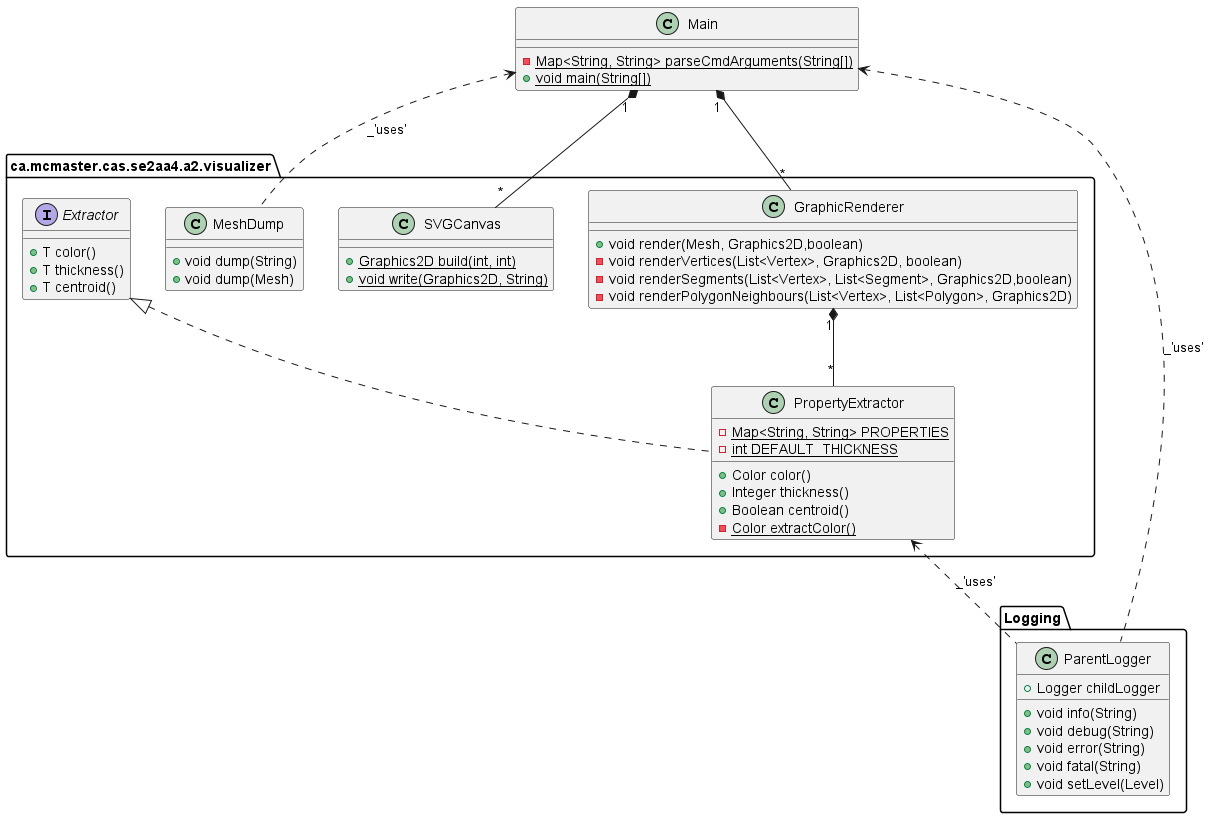
This is visualizer/VisualizerUML.png from Ahren-Chen/MeshGenerator, a PlantUML export, as it was before one commit.
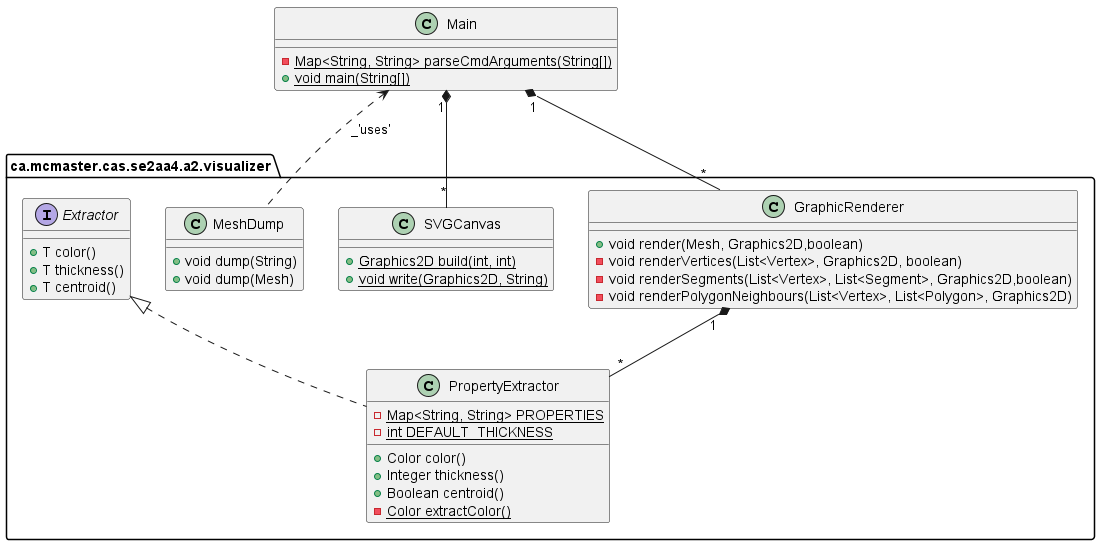
The same file after the commit.

Commit message:
Updated Visualizer UML and updated GeneratorUML

The edit, as a diff of the source:
```diff
@@ -7,14 +7,7 @@
 + {static} Graphics2D build(int, int)
 + {static} void write(Graphics2D, String)
 }
-class Logging.ParentLogger {
-+ Logger childLogger
-+ void info(String)
-+ void debug(String)
-+ void error(String)
-+ void fatal(String)
-+ void setLevel(Level)
-}
+
 class ca.mcmaster.cas.se2aa4.a2.visualizer.PropertyExtractor {
 - {static} Map<String, String> PROPERTIES
 - {static} int DEFAULT_THICKNESS
@@ -39,8 +32,6 @@
 + T centroid()
 }
 
-Main <.. Logging.ParentLogger: _'uses'
-ca.mcmaster.cas.se2aa4.a2.visualizer.PropertyExtractor <.. Logging.ParentLogger: _'uses'
 Main "1" *-- "*" ca.mcmaster.cas.se2aa4.a2.visualizer.GraphicRenderer
 Main "1" *-- "*" ca.mcmaster.cas.se2aa4.a2.visualizer.SVGCanvas
 Main <.. ca.mcmaster.cas.se2aa4.a2.visualizer.MeshDump: _'uses'
```
